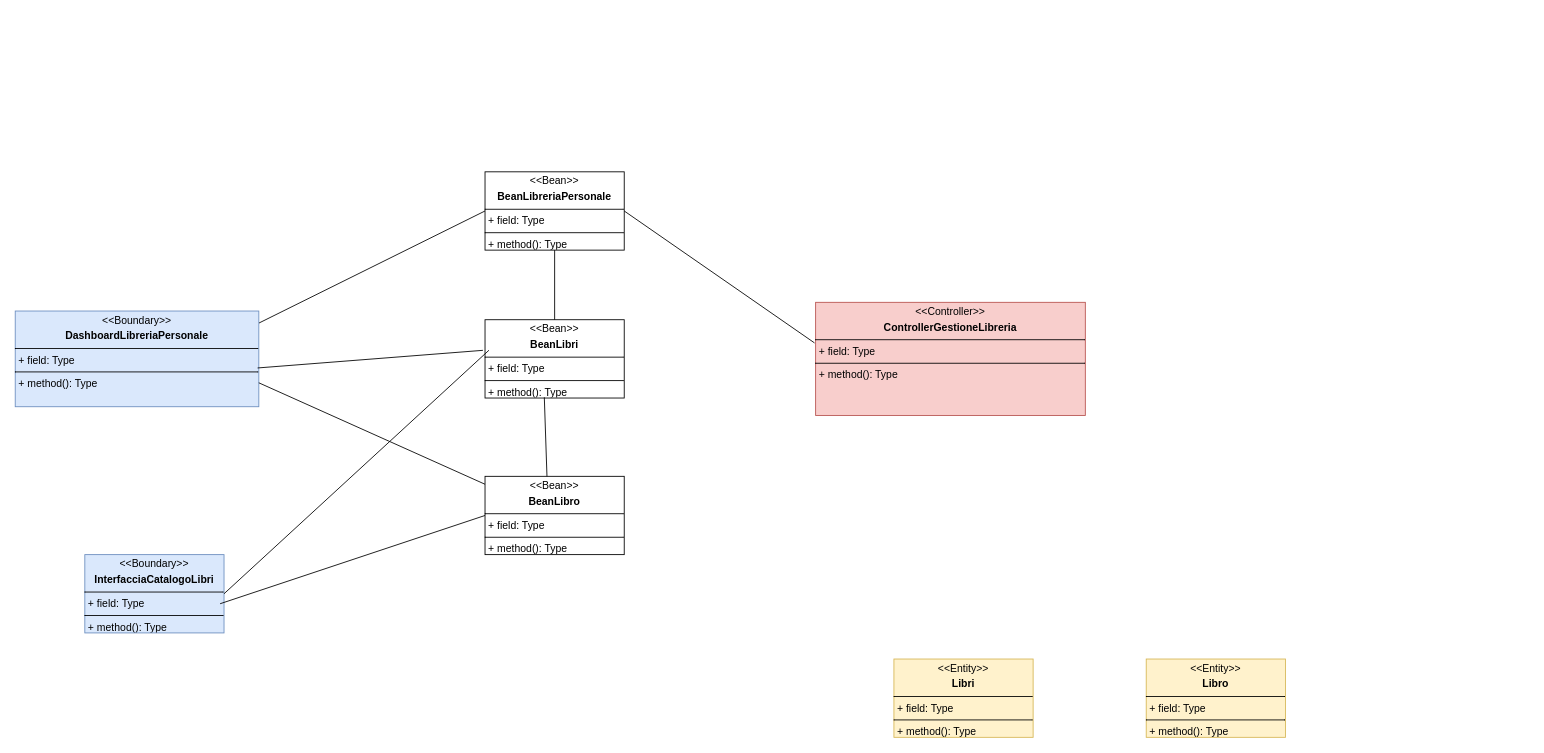
Before: Diagrammi Di Classe/VOPC - Gestisci Libreria.drawio in Tom-n7/progettoMurakami, a draw.io diagram. Source tidied: cells renumbered, new cells numbered last; positions are measured from the earlier drawing's top-left corner, leaving out a move shared by most shapes. Both pictures are drawn from the tidied source at 87%, with x=0, y=0 at pixel (15, 171).
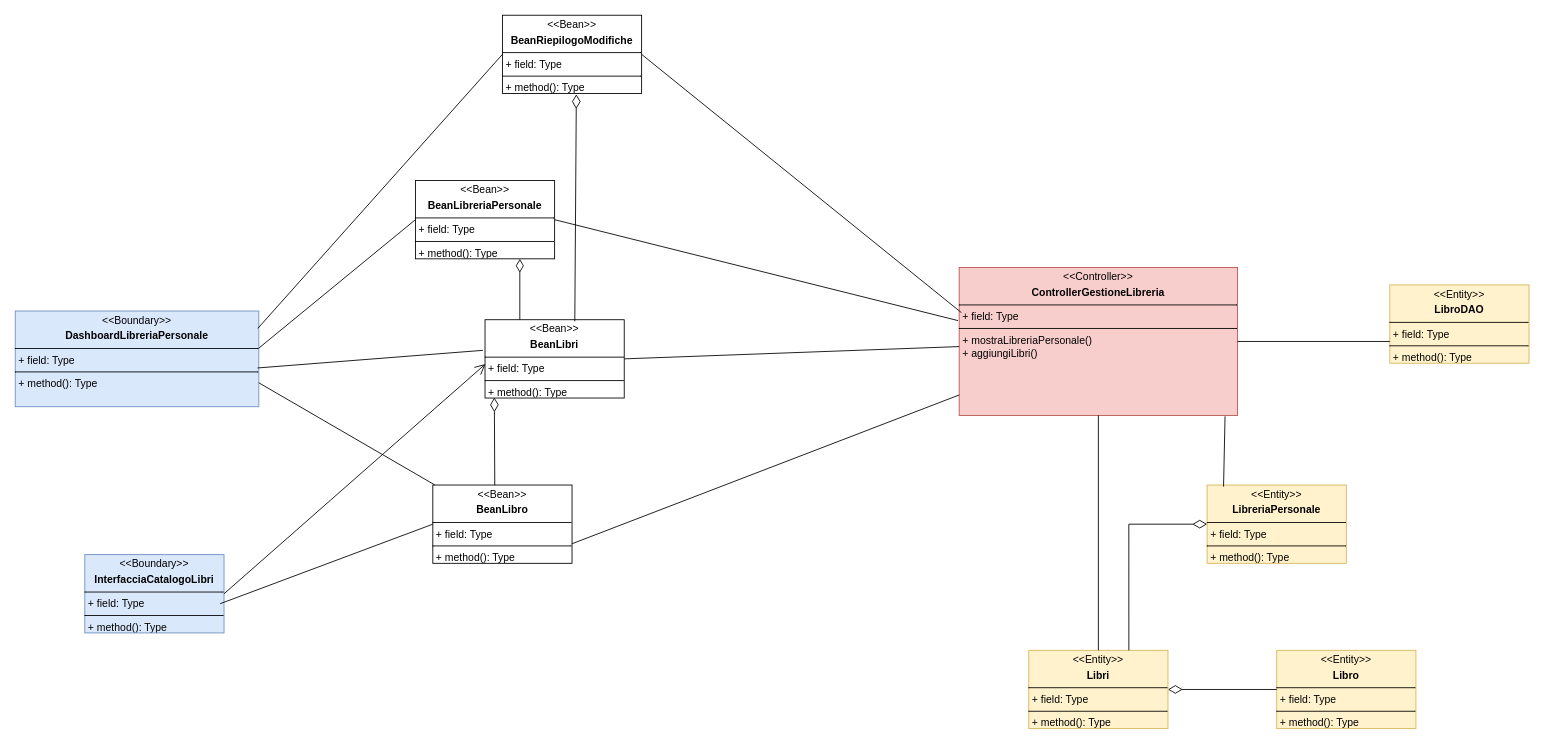
The same diagram, later.

The change refers to these unchanged cells:
```xml
<mxCell id="3" value="&lt;p style=&quot;margin:0px;margin-top:4px;text-align:center;&quot;&gt;&amp;lt;&amp;lt;Boundary&amp;gt;&amp;gt;&lt;/p&gt;&lt;p style=&quot;margin:0px;margin-top:4px;text-align:center;&quot;&gt;&lt;b&gt;DashboardLibreriaPersonale&lt;/b&gt;&lt;/p&gt;&lt;hr size=&quot;1&quot; style=&quot;border-style:solid;&quot;&gt;&lt;p style=&quot;margin:0px;margin-left:4px;&quot;&gt;+ field: Type&lt;/p&gt;&lt;hr size=&quot;1&quot; style=&quot;border-style:solid;&quot;&gt;&lt;p style=&quot;margin:0px;margin-left:4px;&quot;&gt;+ method(): Type&lt;/p&gt;" style="verticalAlign=top;align=left;overflow=fill;html=1;whiteSpace=wrap;fillColor=#dae8fc;strokeColor=#6c8ebf;" parent="1" vertex="1">
  <mxGeometry y="160" width="280" height="110" as="geometry" />
</mxCell>
<mxCell id="6" value="&lt;p style=&quot;margin:0px;margin-top:4px;text-align:center;&quot;&gt;&amp;lt;&amp;lt;Boundary&amp;gt;&amp;gt;&lt;/p&gt;&lt;p style=&quot;margin:0px;margin-top:4px;text-align:center;&quot;&gt;&lt;b&gt;InterfacciaCatalogoLibri&lt;/b&gt;&lt;/p&gt;&lt;hr size=&quot;1&quot; style=&quot;border-style:solid;&quot;&gt;&lt;p style=&quot;margin:0px;margin-left:4px;&quot;&gt;+ field: Type&lt;/p&gt;&lt;hr size=&quot;1&quot; style=&quot;border-style:solid;&quot;&gt;&lt;p style=&quot;margin:0px;margin-left:4px;&quot;&gt;+ method(): Type&lt;/p&gt;" style="verticalAlign=top;align=left;overflow=fill;html=1;whiteSpace=wrap;fillColor=#dae8fc;strokeColor=#6c8ebf;" parent="1" vertex="1">
  <mxGeometry x="80" y="440" width="160" height="90" as="geometry" />
</mxCell>
<mxCell id="7" value="&lt;p style=&quot;margin:0px;margin-top:4px;text-align:center;&quot;&gt;&amp;lt;&amp;lt;Bean&amp;gt;&amp;gt;&lt;/p&gt;&lt;p style=&quot;margin:0px;margin-top:4px;text-align:center;&quot;&gt;&lt;b&gt;BeanLibri&lt;/b&gt;&lt;/p&gt;&lt;hr size=&quot;1&quot; style=&quot;border-style:solid;&quot;&gt;&lt;p style=&quot;margin:0px;margin-left:4px;&quot;&gt;+ field: Type&lt;/p&gt;&lt;hr size=&quot;1&quot; style=&quot;border-style:solid;&quot;&gt;&lt;p style=&quot;margin:0px;margin-left:4px;&quot;&gt;+ method(): Type&lt;/p&gt;" style="verticalAlign=top;align=left;overflow=fill;html=1;whiteSpace=wrap;" parent="1" vertex="1">
  <mxGeometry x="540" y="170" width="160" height="90" as="geometry" />
</mxCell>
```

The edit, as a diff of the source:
```diff
@@
     <mxCell id="2" value="&lt;p style=&quot;margin:0px;margin-top:4px;text-align:center;&quot;&gt;&amp;lt;&amp;lt;Entity&amp;gt;&amp;gt;&lt;/p&gt;&lt;p style=&quot;margin:0px;margin-top:4px;text-align:center;&quot;&gt;&lt;b&gt;Libro&lt;/b&gt;&lt;/p&gt;&lt;hr size=&quot;1&quot; style=&quot;border-style:solid;&quot;&gt;&lt;p style=&quot;margin:0px;margin-left:4px;&quot;&gt;+ field: Type&lt;/p&gt;&lt;hr size=&quot;1&quot; style=&quot;border-style:solid;&quot;&gt;&lt;p style=&quot;margin:0px;margin-left:4px;&quot;&gt;+ method(): Type&lt;/p&gt;" style="verticalAlign=top;align=left;overflow=fill;html=1;whiteSpace=wrap;fillColor=#fff2cc;strokeColor=#d6b656;" parent="1" vertex="1">
-      <mxGeometry x="1300" y="560" width="160" height="90" as="geometry" />
+      <mxGeometry x="1450" y="550" width="160" height="90" as="geometry" />
     </mxCell>
@@
-    <mxCell id="4" value="&lt;p style=&quot;margin:0px;margin-top:4px;text-align:center;&quot;&gt;&amp;lt;&amp;lt;Controller&amp;gt;&amp;gt;&lt;/p&gt;&lt;p style=&quot;margin:0px;margin-top:4px;text-align:center;&quot;&gt;&lt;b&gt;ControllerGestioneLibreria&lt;/b&gt;&lt;/p&gt;&lt;hr size=&quot;1&quot; style=&quot;border-style:solid;&quot;&gt;&lt;p style=&quot;margin:0px;margin-left:4px;&quot;&gt;+ field: Type&lt;/p&gt;&lt;hr size=&quot;1&quot; style=&quot;border-style:solid;&quot;&gt;&lt;p style=&quot;margin:0px;margin-left:4px;&quot;&gt;+ method(): Type&lt;/p&gt;" style="verticalAlign=top;align=left;overflow=fill;html=1;whiteSpace=wrap;fillColor=#f8cecc;strokeColor=#b85450;" parent="1" vertex="1">
-      <mxGeometry x="920" y="150" width="310" height="130" as="geometry" />
+    <mxCell id="4" value="&lt;p style=&quot;margin:0px;margin-top:4px;text-align:center;&quot;&gt;&amp;lt;&amp;lt;Controller&amp;gt;&amp;gt;&lt;/p&gt;&lt;p style=&quot;margin:0px;margin-top:4px;text-align:center;&quot;&gt;&lt;b&gt;ControllerGestioneLibreria&lt;/b&gt;&lt;/p&gt;&lt;hr size=&quot;1&quot; style=&quot;border-style:solid;&quot;&gt;&lt;p style=&quot;margin:0px;margin-left:4px;&quot;&gt;+ field: Type&lt;/p&gt;&lt;hr size=&quot;1&quot; style=&quot;border-style:solid;&quot;&gt;&lt;p style=&quot;margin:0px;margin-left:4px;&quot;&gt;+ mostraLibreriaPersonale()&lt;/p&gt;&lt;p style=&quot;margin:0px;margin-left:4px;&quot;&gt;+ aggiungiLibri()&lt;/p&gt;" style="verticalAlign=top;align=left;overflow=fill;html=1;whiteSpace=wrap;fillColor=#f8cecc;strokeColor=#b85450;" parent="1" vertex="1">
+      <mxGeometry x="1085" y="110" width="320" height="170" as="geometry" />
     </mxCell>
     <mxCell id="5" value="&lt;p style=&quot;margin:0px;margin-top:4px;text-align:center;&quot;&gt;&amp;lt;&amp;lt;Bean&amp;gt;&amp;gt;&lt;/p&gt;&lt;p style=&quot;margin:0px;margin-top:4px;text-align:center;&quot;&gt;&lt;b&gt;BeanLibreriaPersonale&lt;/b&gt;&lt;/p&gt;&lt;hr size=&quot;1&quot; style=&quot;border-style:solid;&quot;&gt;&lt;p style=&quot;margin:0px;margin-left:4px;&quot;&gt;+ field: Type&lt;/p&gt;&lt;hr size=&quot;1&quot; style=&quot;border-style:solid;&quot;&gt;&lt;p style=&quot;margin:0px;margin-left:4px;&quot;&gt;+ method(): Type&lt;/p&gt;" style="verticalAlign=top;align=left;overflow=fill;html=1;whiteSpace=wrap;" parent="1" vertex="1">
-      <mxGeometry x="540" width="160" height="90" as="geometry" />
+      <mxGeometry x="460" y="10" width="160" height="90" as="geometry" />
     </mxCell>
@@
     <mxCell id="8" value="&lt;p style=&quot;margin:0px;margin-top:4px;text-align:center;&quot;&gt;&amp;lt;&amp;lt;Bean&amp;gt;&amp;gt;&lt;/p&gt;&lt;p style=&quot;margin:0px;margin-top:4px;text-align:center;&quot;&gt;&lt;b&gt;BeanLibro&lt;/b&gt;&lt;/p&gt;&lt;hr size=&quot;1&quot; style=&quot;border-style:solid;&quot;&gt;&lt;p style=&quot;margin:0px;margin-left:4px;&quot;&gt;+ field: Type&lt;/p&gt;&lt;hr size=&quot;1&quot; style=&quot;border-style:solid;&quot;&gt;&lt;p style=&quot;margin:0px;margin-left:4px;&quot;&gt;+ method(): Type&lt;/p&gt;" style="verticalAlign=top;align=left;overflow=fill;html=1;whiteSpace=wrap;" parent="1" vertex="1">
-      <mxGeometry x="540" y="350" width="160" height="90" as="geometry" />
+      <mxGeometry x="480" y="360" width="160" height="90" as="geometry" />
     </mxCell>
-    <mxCell id="9" style="endArrow=none;html=1;rounded=0;exitX=0.5;exitY=0;exitDx=0;exitDy=0;entryX=0.5;entryY=1;entryDx=0;entryDy=0;" parent="1" edge="1" source="7" target="5">
+    <mxCell id="9" style="endArrow=diamondThin;html=1;rounded=0;exitX=0.25;exitY=0;exitDx=0;exitDy=0;entryX=0.75;entryY=1;entryDx=0;entryDy=0;endFill=0;endSize=13;" parent="1" edge="1" source="7" target="5">
       <mxGeometry relative="1" as="geometry" />
     </mxCell>
-    <mxCell id="10" style="endArrow=none;html=1;rounded=0;exitX=0.445;exitY=0.001;exitDx=0;exitDy=0;exitPerimeter=0;entryX=0.426;entryY=0.991;entryDx=0;entryDy=0;entryPerimeter=0;" parent="1" edge="1" source="8" target="7">
+    <mxCell id="10" style="endArrow=diamondThin;html=1;rounded=0;exitX=0.445;exitY=0.001;exitDx=0;exitDy=0;exitPerimeter=0;entryX=0.067;entryY=0.993;entryDx=0;entryDy=0;entryPerimeter=0;endFill=0;startSize=11;endSize=14;" parent="1" edge="1" source="8" target="7">
       <mxGeometry relative="1" as="geometry" />
     </mxCell>
@@
-    <mxCell id="13" style="endArrow=none;html=1;rounded=0;exitX=1.001;exitY=0.125;exitDx=0;exitDy=0;exitPerimeter=0;entryX=0;entryY=0.5;entryDx=0;entryDy=0;" parent="1" edge="1" source="3" target="5">
+    <mxCell id="13" style="endArrow=none;html=1;rounded=0;exitX=0.998;exitY=0.392;exitDx=0;exitDy=0;exitPerimeter=0;entryX=0;entryY=0.5;entryDx=0;entryDy=0;" parent="1" edge="1" source="3" target="5">
       <mxGeometry relative="1" as="geometry" />
     </mxCell>
@@
     <mxCell id="15" value="&lt;p style=&quot;margin:0px;margin-top:4px;text-align:center;&quot;&gt;&amp;lt;&amp;lt;Entity&amp;gt;&amp;gt;&lt;/p&gt;&lt;p style=&quot;margin:0px;margin-top:4px;text-align:center;&quot;&gt;&lt;b&gt;Libri&lt;/b&gt;&lt;/p&gt;&lt;hr size=&quot;1&quot; style=&quot;border-style:solid;&quot;&gt;&lt;p style=&quot;margin:0px;margin-left:4px;&quot;&gt;+ field: Type&lt;/p&gt;&lt;hr size=&quot;1&quot; style=&quot;border-style:solid;&quot;&gt;&lt;p style=&quot;margin:0px;margin-left:4px;&quot;&gt;+ method(): Type&lt;/p&gt;" style="verticalAlign=top;align=left;overflow=fill;html=1;whiteSpace=wrap;fillColor=#fff2cc;strokeColor=#d6b656;" parent="1" vertex="1">
-      <mxGeometry x="1010" y="560" width="160" height="90" as="geometry" />
+      <mxGeometry x="1165" y="550" width="160" height="90" as="geometry" />
     </mxCell>
-    <mxCell id="16" style="endArrow=none;html=1;rounded=0;exitX=0.028;exitY=0.39;exitDx=0;exitDy=0;exitPerimeter=0;entryX=1;entryY=0.5;entryDx=0;entryDy=0;" parent="1" edge="1" source="7" target="6">
+    <mxCell id="16" style="endArrow=none;html=1;rounded=0;entryX=1;entryY=0.5;entryDx=0;entryDy=0;exitX=0.003;exitY=0.566;exitDx=0;exitDy=0;exitPerimeter=0;endFill=0;startArrow=open;startFill=0;startSize=10;" parent="1" edge="1" source="7" target="6">
       <mxGeometry relative="1" as="geometry" />
     </mxCell>
@@
+    <mxCell id="18" style="endArrow=none;html=1;rounded=0;entryX=0;entryY=0.5;entryDx=0;entryDy=0;startArrow=diamondThin;startFill=0;startSize=14;" parent="1" edge="1" source="15" target="2">
+      <mxGeometry relative="1" as="geometry" />
+    </mxCell>
+    <mxCell id="19" style="endArrow=none;html=1;rounded=0;exitX=0.5;exitY=0;exitDx=0;exitDy=0;" parent="1" edge="1" source="15" target="4">
+      <mxGeometry relative="1" as="geometry" />
+    </mxCell>
+    <mxCell id="20" value="&lt;p style=&quot;margin:0px;margin-top:4px;text-align:center;&quot;&gt;&amp;lt;&amp;lt;Entity&amp;gt;&amp;gt;&lt;/p&gt;&lt;p style=&quot;margin:0px;margin-top:4px;text-align:center;&quot;&gt;&lt;span style=&quot;background-color: transparent; color: light-dark(rgb(0, 0, 0), rgb(255, 255, 255));&quot;&gt;&lt;b&gt;L&lt;/b&gt;&lt;/span&gt;&lt;b style=&quot;background-color: transparent; color: light-dark(rgb(0, 0, 0), rgb(255, 255, 255));&quot;&gt;ibreriaPersonale&lt;/b&gt;&lt;/p&gt;&lt;hr size=&quot;1&quot; style=&quot;border-style:solid;&quot;&gt;&lt;p style=&quot;margin:0px;margin-left:4px;&quot;&gt;+ field: Type&lt;/p&gt;&lt;hr size=&quot;1&quot; style=&quot;border-style:solid;&quot;&gt;&lt;p style=&quot;margin:0px;margin-left:4px;&quot;&gt;+ method(): Type&lt;/p&gt;" style="verticalAlign=top;align=left;overflow=fill;html=1;whiteSpace=wrap;fillColor=#fff2cc;strokeColor=#d6b656;" parent="1" vertex="1">
+      <mxGeometry x="1370" y="360" width="160" height="90" as="geometry" />
+    </mxCell>
+    <mxCell id="21" style="endArrow=none;html=1;rounded=0;exitX=0.955;exitY=1.006;exitDx=0;exitDy=0;exitPerimeter=0;entryX=0.118;entryY=0.02;entryDx=0;entryDy=0;entryPerimeter=0;" parent="1" edge="1" source="4" target="20">
+      <mxGeometry relative="1" as="geometry" />
+    </mxCell>
+    <mxCell id="22" style="endArrow=none;html=1;rounded=0;exitX=1;exitY=0.5;exitDx=0;exitDy=0;" parent="1" edge="1" source="7" target="4">
+      <mxGeometry relative="1" as="geometry" />
+    </mxCell>
+    <mxCell id="23" style="endArrow=none;html=1;rounded=0;exitX=1;exitY=0.75;exitDx=0;exitDy=0;" parent="1" edge="1" source="8" target="4">
+      <mxGeometry relative="1" as="geometry" />
+    </mxCell>
+    <mxCell id="24" value="&lt;p style=&quot;margin:0px;margin-top:4px;text-align:center;&quot;&gt;&amp;lt;&amp;lt;Entity&amp;gt;&amp;gt;&lt;/p&gt;&lt;p style=&quot;margin:0px;margin-top:4px;text-align:center;&quot;&gt;&lt;b&gt;LibroDAO&lt;/b&gt;&lt;/p&gt;&lt;hr size=&quot;1&quot; style=&quot;border-style:solid;&quot;&gt;&lt;p style=&quot;margin:0px;margin-left:4px;&quot;&gt;+ field: Type&lt;/p&gt;&lt;hr size=&quot;1&quot; style=&quot;border-style:solid;&quot;&gt;&lt;p style=&quot;margin:0px;margin-left:4px;&quot;&gt;+ method(): Type&lt;/p&gt;" style="verticalAlign=top;align=left;overflow=fill;html=1;whiteSpace=wrap;fillColor=#fff2cc;strokeColor=#d6b656;" parent="1" vertex="1">
+      <mxGeometry x="1580" y="130" width="160" height="90" as="geometry" />
+    </mxCell>
+    <mxCell id="25" style="endArrow=none;html=1;rounded=0;exitX=1;exitY=0.5;exitDx=0;exitDy=0;" parent="1" edge="1" source="4">
+      <mxGeometry relative="1" as="geometry">
+        <mxPoint x="1580" y="195" as="targetPoint" />
+      </mxGeometry>
+    </mxCell>
+    <mxCell id="26" value="&lt;p style=&quot;margin:0px;margin-top:4px;text-align:center;&quot;&gt;&amp;lt;&amp;lt;Bean&amp;gt;&amp;gt;&lt;/p&gt;&lt;p style=&quot;margin:0px;margin-top:4px;text-align:center;&quot;&gt;&lt;b&gt;BeanRiepilogoModifiche&lt;/b&gt;&lt;/p&gt;&lt;hr size=&quot;1&quot; style=&quot;border-style:solid;&quot;&gt;&lt;p style=&quot;margin:0px;margin-left:4px;&quot;&gt;+ field: Type&lt;/p&gt;&lt;hr size=&quot;1&quot; style=&quot;border-style:solid;&quot;&gt;&lt;p style=&quot;margin:0px;margin-left:4px;&quot;&gt;+ method(): Type&lt;/p&gt;" style="verticalAlign=top;align=left;overflow=fill;html=1;whiteSpace=wrap;" parent="1" vertex="1">
+      <mxGeometry x="560" y="-180" width="160" height="90" as="geometry" />
+    </mxCell>
+    <mxCell id="27" style="endArrow=none;html=1;endSize=12;startArrow=diamondThin;startSize=14;startFill=0;edgeStyle=orthogonalEdgeStyle;rounded=0;exitX=0;exitY=0.5;exitDx=0;exitDy=0;entryX=0.719;entryY=0;entryDx=0;entryDy=0;entryPerimeter=0;endFill=0;" parent="1" edge="1" source="20" target="15">
+      <mxGeometry relative="1" as="geometry" />
+    </mxCell>
+    <mxCell id="28" style="endArrow=diamondThin;html=1;rounded=0;entryX=0.531;entryY=1.009;entryDx=0;entryDy=0;exitX=0.645;exitY=0.021;exitDx=0;exitDy=0;exitPerimeter=0;entryPerimeter=0;endFill=0;endSize=14;" parent="1" edge="1" source="7" target="26">
+      <mxGeometry relative="1" as="geometry" />
+    </mxCell>
+    <mxCell id="29" style="endArrow=none;html=1;rounded=0;exitX=0.996;exitY=0.181;exitDx=0;exitDy=0;exitPerimeter=0;entryX=0;entryY=0.5;entryDx=0;entryDy=0;" parent="1" edge="1" source="3" target="26">
+      <mxGeometry relative="1" as="geometry" />
+    </mxCell>
+    <mxCell id="30" style="endArrow=none;html=1;rounded=0;exitX=1;exitY=0.5;exitDx=0;exitDy=0;entryX=0.008;entryY=0.305;entryDx=0;entryDy=0;entryPerimeter=0;" parent="1" edge="1" source="26" target="4">
+      <mxGeometry relative="1" as="geometry" />
+    </mxCell>
```
